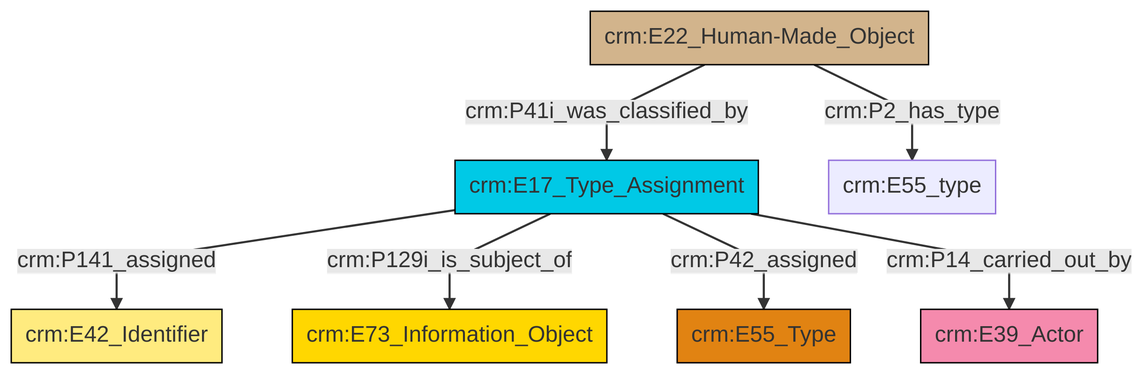
Before: et/builtWorkCSV/ttl/mmd/png/Built_Work_designation_status.png, a diagram exported from Mermaid (swiss-art-research-net/docs.swissartresearch). Its source is kept beside it as et/builtWorkCSV/ttl/mmd/Built_Work_designation_status.ttl.mmd.
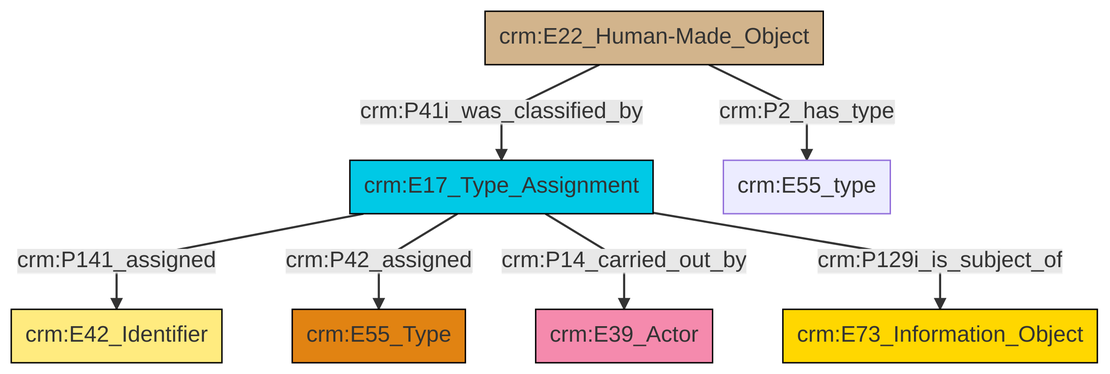
Later version of the same file.

The edit, as a diff of the source:
```diff
@@ -13,9 +13,9 @@
 classDef PC_Classes fill:#4ce600, stroke:#000000;
 classDef Multi fill:#cccccc,stroke:#000000;
 
-0["crm:E17_Type_Assignment"]:::Temporal_Entity -->|crm:P141_assigned| 4["crm:E42_Identifier"]:::Appellation
-0["crm:E17_Type_Assignment"]:::Temporal_Entity -->|crm:P129i_is_subject_of| 2["crm:E73_Information_Object"]:::Conceptual_Object
-5["crm:E22_Human-Made_Object"]:::Physical_Thing -->|crm:P2_has_type| 7["crm:E55_type"]:::Default
-0["crm:E17_Type_Assignment"]:::Temporal_Entity -->|crm:P42_assigned| 8["crm:E55_Type"]:::Type
-5["crm:E22_Human-Made_Object"]:::Physical_Thing -->|crm:P41i_was_classified_by| 0["crm:E17_Type_Assignment"]:::Temporal_Entity
-0["crm:E17_Type_Assignment"]:::Temporal_Entity -->|crm:P14_carried_out_by| 13["crm:E39_Actor"]:::Actor
+0["crm:E17_Type_Assignment"]:::Temporal_Entity -->|crm:P141_assigned| 2["crm:E42_Identifier"]:::Appellation
+3["crm:E22_Human-Made_Object"]:::Physical_Thing -->|crm:P2_has_type| 4["crm:E55_type"]:::Default
+0["crm:E17_Type_Assignment"]:::Temporal_Entity -->|crm:P42_assigned| 7["crm:E55_Type"]:::Type
+0["crm:E17_Type_Assignment"]:::Temporal_Entity -->|crm:P14_carried_out_by| 5["crm:E39_Actor"]:::Actor
+0["crm:E17_Type_Assignment"]:::Temporal_Entity -->|crm:P129i_is_subject_of| 10["crm:E73_Information_Object"]:::Conceptual_Object
+3["crm:E22_Human-Made_Object"]:::Physical_Thing -->|crm:P41i_was_classified_by| 0["crm:E17_Type_Assignment"]:::Temporal_Entity
```
